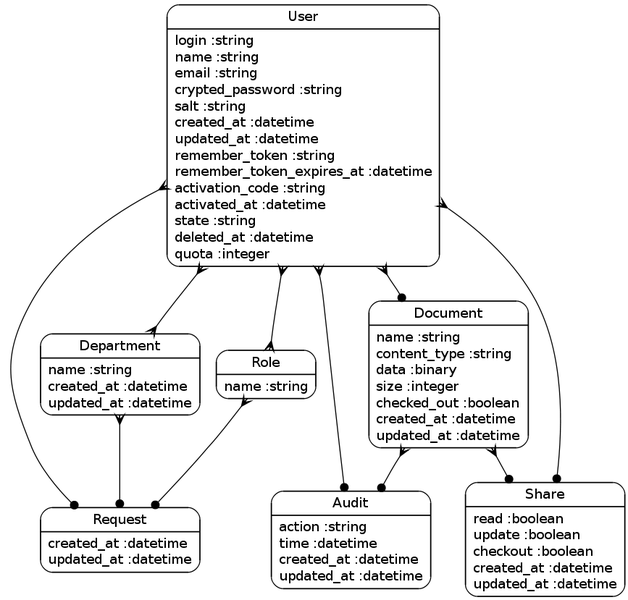
Above: doc/full_models.png in AnthonyDiGirolamo/dms (Graphviz), before the change. Its source is kept beside it as doc/full_models.dot.
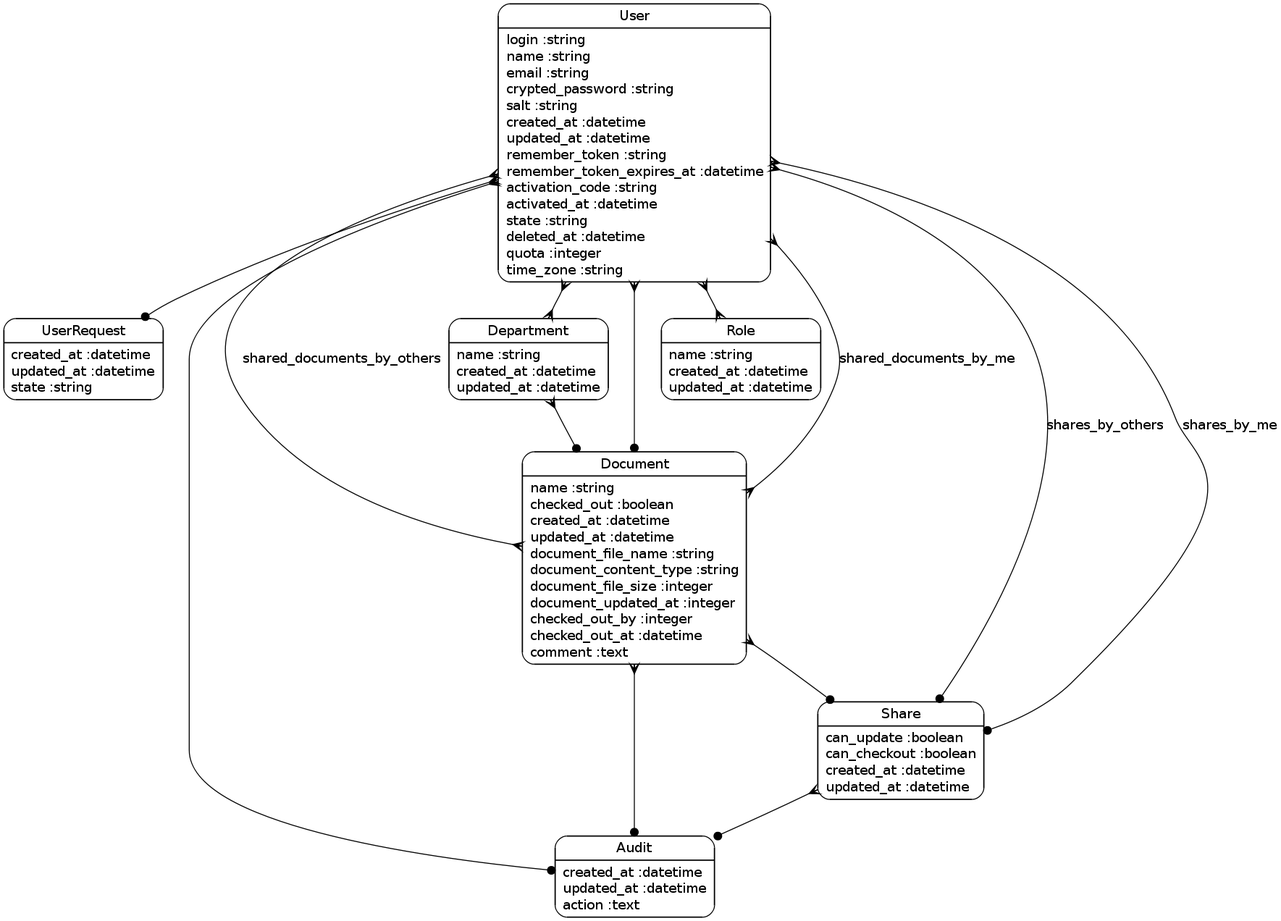
After the commit.

The edit, as a diff of the source:
```diff
@@ -1,20 +1,23 @@
 digraph models_diagram {
 	graph[overlap=false, splines=true]
-	"User" [shape=Mrecord, label="{User|login :string\lname :string\lemail :string\lcrypted_password :string\lsalt :string\lcreated_at :datetime\lupdated_at :datetime\lremember_token :string\lremember_token_expires_at :datetime\lactivation_code :string\lactivated_at :datetime\lstate :string\ldeleted_at :datetime\lquota :integer\l}"]
-	"Request" [shape=Mrecord, label="{Request|created_at :datetime\lupdated_at :datetime\l}"]
+	"User" [shape=Mrecord, label="{User|login :string\lname :string\lemail :string\lcrypted_password :string\lsalt :string\lcreated_at :datetime\lupdated_at :datetime\lremember_token :string\lremember_token_expires_at :datetime\lactivation_code :string\lactivated_at :datetime\lstate :string\ldeleted_at :datetime\lquota :integer\ltime_zone :string\l}"]
+	"UserRequest" [shape=Mrecord, label="{UserRequest|created_at :datetime\lupdated_at :datetime\lstate :string\l}"]
 	"Department" [shape=Mrecord, label="{Department|name :string\lcreated_at :datetime\lupdated_at :datetime\l}"]
-	"Document" [shape=Mrecord, label="{Document|name :string\lcontent_type :string\ldata :binary\lsize :integer\lchecked_out :boolean\lcreated_at :datetime\lupdated_at :datetime\l}"]
-	"Role" [shape=Mrecord, label="{Role|name :string\l}"]
-	"Audit" [shape=Mrecord, label="{Audit|action :string\ltime :datetime\lcreated_at :datetime\lupdated_at :datetime\l}"]
-	"Share" [shape=Mrecord, label="{Share|read :boolean\lupdate :boolean\lcheckout :boolean\lcreated_at :datetime\lupdated_at :datetime\l}"]
-	"User" -> "Request" [arrowtail=crow, arrowhead=dot, dir=both]
+	"Document" [shape=Mrecord, label="{Document|name :string\lchecked_out :boolean\lcreated_at :datetime\lupdated_at :datetime\ldocument_file_name :string\ldocument_content_type :string\ldocument_file_size :integer\ldocument_updated_at :integer\lchecked_out_by :integer\lchecked_out_at :datetime\lcomment :text\l}"]
+	"Role" [shape=Mrecord, label="{Role|name :string\lcreated_at :datetime\lupdated_at :datetime\l}"]
+	"Audit" [shape=Mrecord, label="{Audit|created_at :datetime\lupdated_at :datetime\laction :text\l}"]
+	"Share" [shape=Mrecord, label="{Share|can_update :boolean\lcan_checkout :boolean\lcreated_at :datetime\lupdated_at :datetime\l}"]
+	"User" -> "Audit" [arrowtail=crow, arrowhead=dot, dir=both]
 	"User" -> "Document" [arrowtail=crow, arrowhead=dot, dir=both]
-	"User" -> "Audit" [arrowtail=crow, arrowhead=dot, dir=both]
-	"User" -> "Share" [arrowtail=crow, arrowhead=dot, dir=both]
+	"User" -> "Share" [label="shares_by_me", arrowtail=crow, arrowhead=dot, dir=both]
+	"User" -> "Share" [label="shares_by_others", arrowtail=crow, arrowhead=dot, dir=both]
 	"User" -> "Role" [arrowtail=crow, arrowhead=crow, dir=both]
+	"User" -> "Document" [label="shared_documents_by_me", arrowtail=crow, arrowhead=crow, dir=both]
 	"User" -> "Department" [arrowtail=crow, arrowhead=crow, dir=both]
-	"Department" -> "Request" [arrowtail=crow, arrowhead=dot, dir=both]
+	"User" -> "Document" [label="shared_documents_by_others", arrowtail=crow, arrowhead=crow, dir=both]
+	"User" -> "UserRequest" [arrowtail=crow, arrowhead=dot, dir=both]
+	"Department" -> "Document" [arrowtail=crow, arrowhead=dot, dir=both]
 	"Document" -> "Audit" [arrowtail=crow, arrowhead=dot, dir=both]
 	"Document" -> "Share" [arrowtail=crow, arrowhead=dot, dir=both]
-	"Role" -> "Request" [arrowtail=crow, arrowhead=dot, dir=both]
+	"Share" -> "Audit" [arrowtail=crow, arrowhead=dot, dir=both]
 }
```
